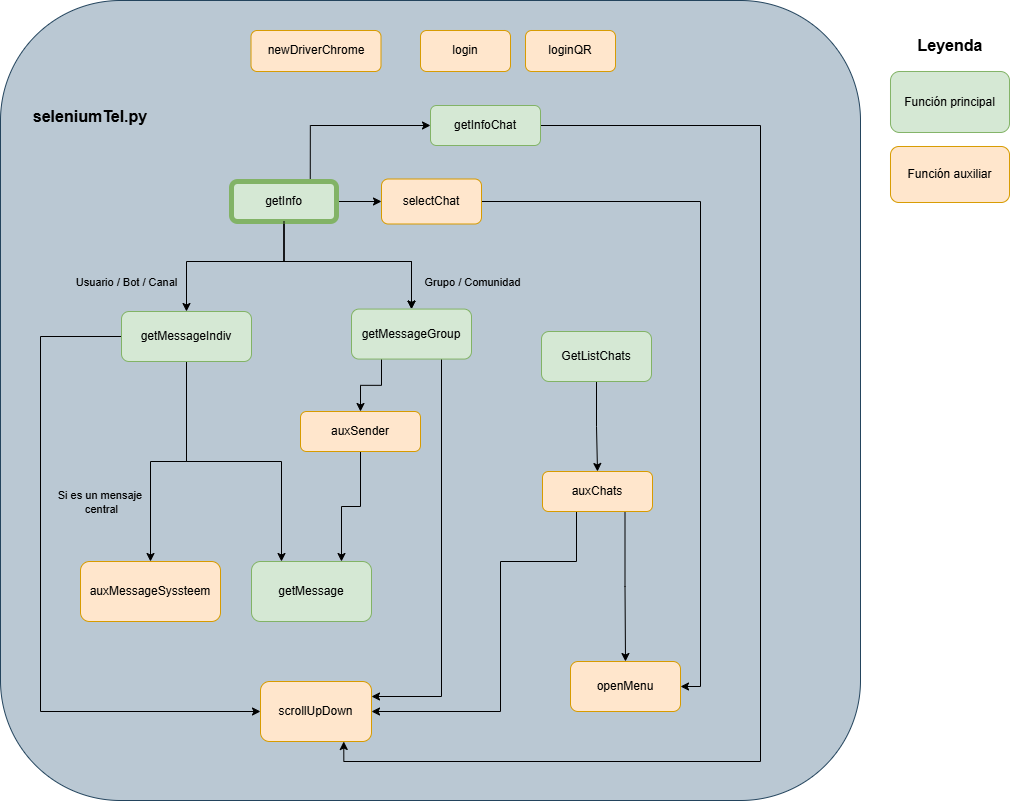
Before: diagramas/modulo_selenium.png, a diagram exported from draw.io (BBon1/TFG-SeleniumTelegram). Source tidied: cells renumbered, new cells last; positions are measured from the earlier drawing's top-left corner, leaving out a move shared by most shapes.
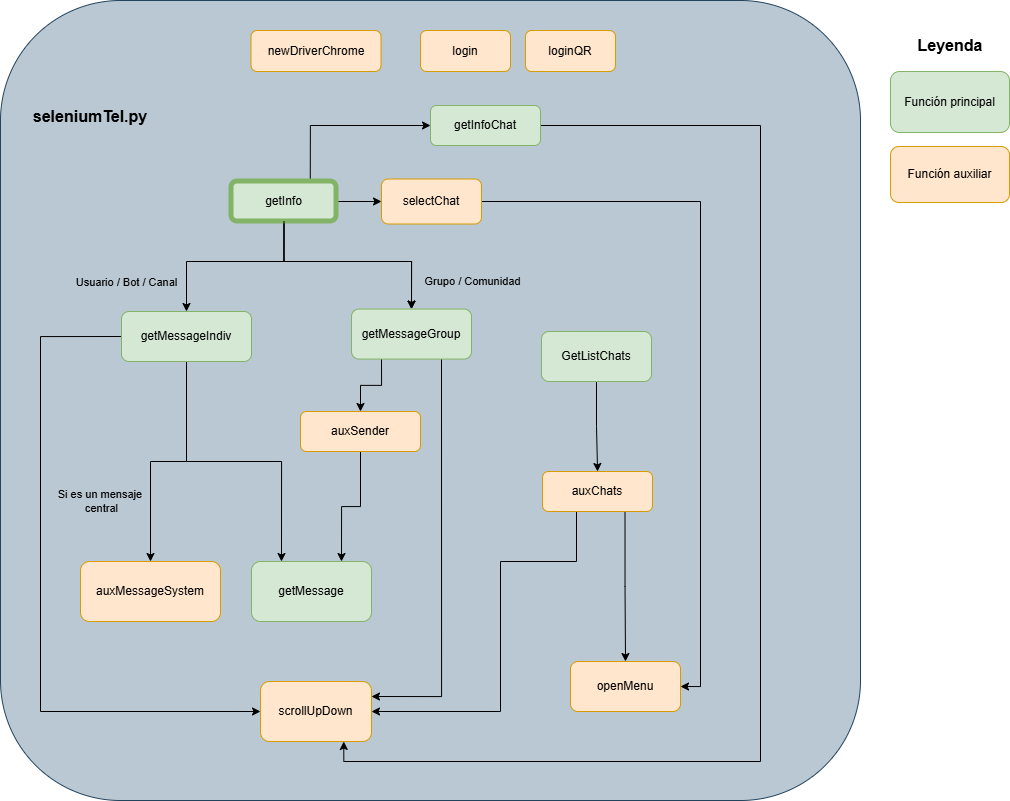
After the commit.

What changed in the source:
```diff
@@ -142,7 +142,7 @@
     <mxCell id="33" value="auxSender" style="rounded=1;whiteSpace=wrap;html=1;fillColor=#ffe6cc;strokeColor=#d79b00;" parent="1" vertex="1">
       <mxGeometry x="300" y="411" width="120" height="40" as="geometry" />
     </mxCell>
-    <mxCell id="34" value="auxMessageSyssteem" style="rounded=1;whiteSpace=wrap;html=1;fillColor=#ffe6cc;strokeColor=#d79b00;" parent="1" vertex="1">
+    <mxCell id="34" value="auxMessageSystem" style="rounded=1;whiteSpace=wrap;html=1;fillColor=#ffe6cc;strokeColor=#d79b00;" parent="1" vertex="1">
       <mxGeometry x="80" y="561" width="140" height="60" as="geometry" />
     </mxCell>
     <mxCell id="35" value="newDriverChrome" style="rounded=1;whiteSpace=wrap;html=1;fillColor=#ffe6cc;strokeColor=#d79b00;strokeWidth=1;" parent="1" vertex="1">
```
